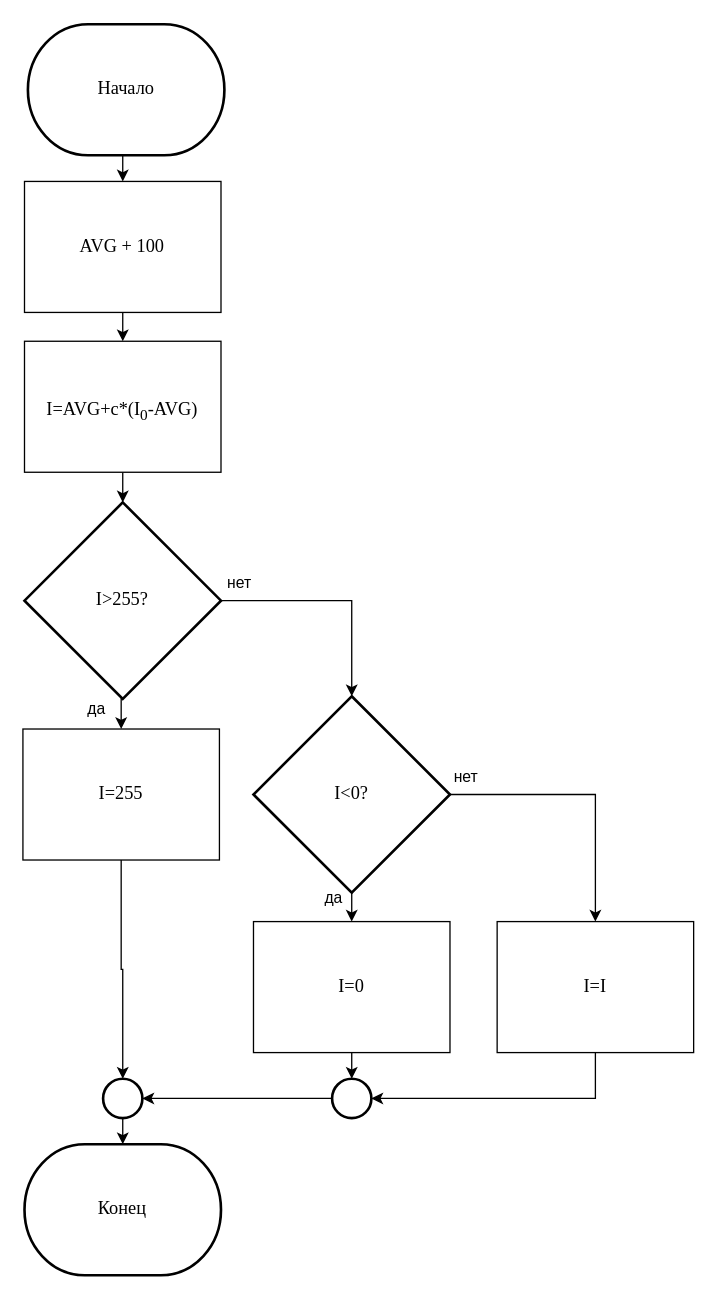
Above: page "А1 Повышение контраста" (1 of 7) of Flowcharts/Алгоритмы работы ИС.drawio in KanVull/Recognistion (draw.io), before the change. Source tidied: cells renumbered, new cells numbered last; positions are measured from the earlier drawing's top-left corner, leaving out a move shared by most shapes. Both pictures are drawn from the tidied source at 131%, with x=0, y=0 at pixel (22, 24).
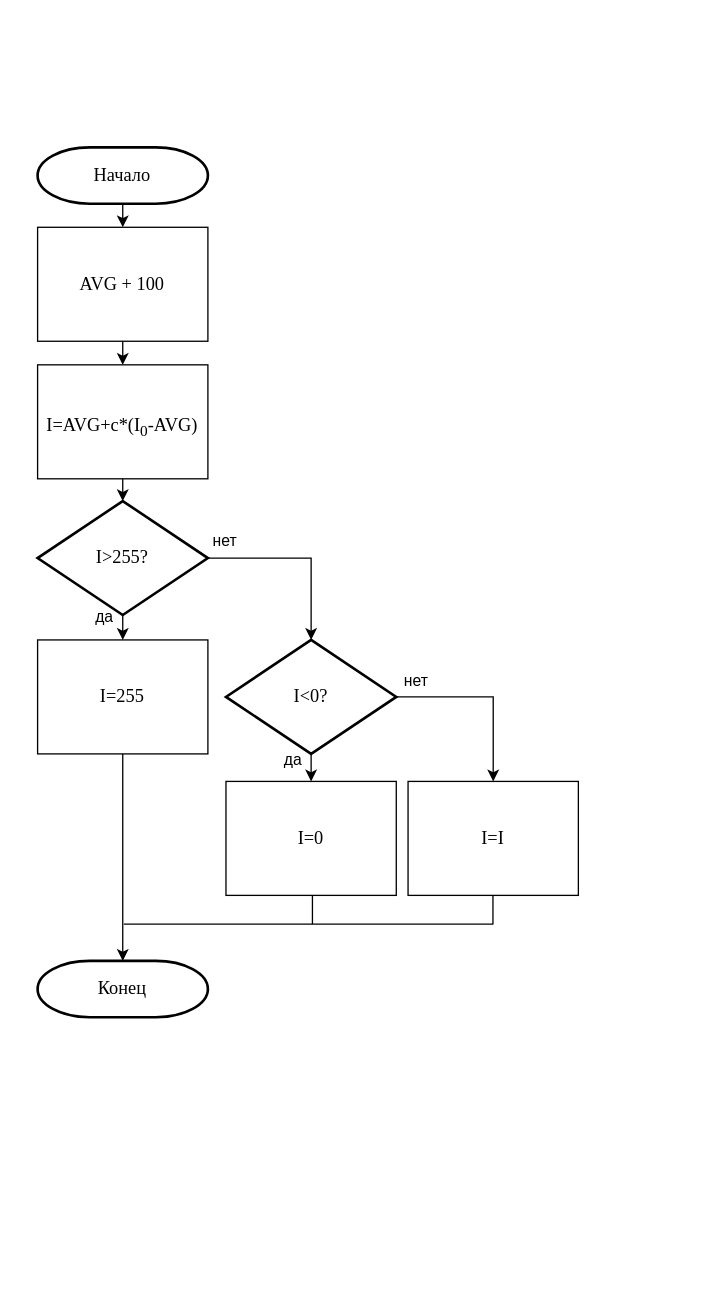
The same diagram, later.

What changed in the source:
```diff
@@
     <mxCell id="3" value="&lt;font face=&quot;Times New Roman&quot; style=&quot;font-size: 14px&quot;&gt;Начало&lt;/font&gt;" style="strokeWidth=2;html=1;shape=mxgraph.flowchart.terminator;whiteSpace=wrap;" parent="1" vertex="1">
-      <mxGeometry x="3.8" width="150" height="100" as="geometry" />
+      <mxGeometry x="11.2" y="94" width="130" height="43" as="geometry" />
     </mxCell>
@@
     <mxCell id="5" value="&lt;font style=&quot;font-size: 14px&quot; face=&quot;Times New Roman&quot;&gt;AVG + 100&lt;/font&gt;" style="rounded=0;whiteSpace=wrap;html=1;" parent="1" vertex="1">
-      <mxGeometry x="1.2" y="120" width="150" height="100" as="geometry" />
+      <mxGeometry x="11.2" y="155" width="130" height="87" as="geometry" />
     </mxCell>
@@
     <mxCell id="7" value="&lt;font face=&quot;Times New Roman&quot; style=&quot;font-size: 14px&quot;&gt;I=AVG+c*(I&lt;sub&gt;0&lt;/sub&gt;-AVG)&lt;/font&gt;&lt;span style=&quot;font-size: 14pt ; line-height: 28px ; font-family: &amp;#34;times new roman&amp;#34; , serif&quot;&gt;&lt;span style=&quot;position: relative ; top: 6pt&quot;&gt;&lt;/span&gt;&lt;/span&gt;&lt;span style=&quot;white-space: normal ; font-size: 14pt ; line-height: 28px ; font-family: &amp;#34;times new roman&amp;#34; , serif&quot;&gt;&lt;span style=&quot;position: relative ; top: 6pt&quot;&gt;&lt;/span&gt;&lt;/span&gt;" style="rounded=0;whiteSpace=wrap;html=1;" parent="1" vertex="1">
-      <mxGeometry x="1.2" y="242" width="150" height="100" as="geometry" />
+      <mxGeometry x="11.2" y="260" width="130" height="87" as="geometry" />
     </mxCell>
@@
     <mxCell id="10" value="&lt;font face=&quot;Times New Roman&quot; style=&quot;font-size: 14px&quot;&gt;I&amp;gt;255?&lt;/font&gt;" style="strokeWidth=2;html=1;shape=mxgraph.flowchart.decision;whiteSpace=wrap;" parent="1" vertex="1">
-      <mxGeometry x="1.2" y="365" width="150" height="150" as="geometry" />
+      <mxGeometry x="11.2" y="364" width="130" height="87" as="geometry" />
     </mxCell>
-    <mxCell id="11" style="edgeStyle=orthogonalEdgeStyle;rounded=0;jettySize=auto;html=1;exitX=0.5;exitY=1;exitDx=0;exitDy=0;entryX=0.5;entryY=0;entryDx=0;entryDy=0;entryPerimeter=0;" parent="1" edge="1" source="12" target="26">
+    <mxCell id="11" style="edgeStyle=orthogonalEdgeStyle;rounded=0;jettySize=auto;html=1;exitX=0.5;exitY=1;exitDx=0;exitDy=0;entryX=0.5;entryY=0;entryDx=0;entryDy=0;entryPerimeter=0;" parent="1" edge="1" source="12" target="20">
       <mxGeometry relative="1" as="geometry" />
     </mxCell>
     <mxCell id="12" value="&lt;font face=&quot;Times New Roman&quot; style=&quot;font-size: 14px&quot;&gt;I=255&lt;/font&gt;" style="rounded=0;whiteSpace=wrap;html=1;" parent="1" vertex="1">
-      <mxGeometry y="538" width="150" height="100" as="geometry" />
+      <mxGeometry x="11.2" y="470" width="130" height="87" as="geometry" />
     </mxCell>
@@
     <mxCell id="15" value="&lt;font face=&quot;Times New Roman&quot; style=&quot;font-size: 14px&quot;&gt;I&amp;lt;0?&lt;/font&gt;" style="strokeWidth=2;html=1;shape=mxgraph.flowchart.decision;whiteSpace=wrap;" parent="1" vertex="1">
-      <mxGeometry x="176" y="513" width="150" height="150" as="geometry" />
+      <mxGeometry x="155" y="470" width="130" height="87" as="geometry" />
     </mxCell>
-    <mxCell id="16" style="edgeStyle=orthogonalEdgeStyle;rounded=0;jettySize=auto;html=1;exitX=0.5;exitY=1;exitDx=0;exitDy=0;entryX=0.5;entryY=0;entryDx=0;entryDy=0;entryPerimeter=0;" parent="1" edge="1" source="17" target="28">
-      <mxGeometry relative="1" as="geometry" />
-    </mxCell>
     <mxCell id="17" value="&lt;font face=&quot;Times New Roman&quot; style=&quot;font-size: 14px&quot;&gt;I=0&lt;/font&gt;" style="rounded=0;whiteSpace=wrap;html=1;" parent="1" vertex="1">
-      <mxGeometry x="176" y="685" width="150" height="100" as="geometry" />
+      <mxGeometry x="155" y="578" width="130" height="87" as="geometry" />
     </mxCell>
-    <mxCell id="18" style="edgeStyle=orthogonalEdgeStyle;rounded=0;jettySize=auto;html=1;exitX=0.5;exitY=1;exitDx=0;exitDy=0;entryX=1;entryY=0.5;entryDx=0;entryDy=0;entryPerimeter=0;" parent="1" edge="1" source="19" target="28">
-      <mxGeometry relative="1" as="geometry" />
-    </mxCell>
     <mxCell id="19" value="&lt;font face=&quot;Times New Roman&quot; style=&quot;font-size: 14px&quot;&gt;I=I&lt;/font&gt;" style="rounded=0;whiteSpace=wrap;html=1;" parent="1" vertex="1">
-      <mxGeometry x="362" y="685" width="150" height="100" as="geometry" />
+      <mxGeometry x="294" y="578" width="130" height="87" as="geometry" />
     </mxCell>
     <mxCell id="20" value="&lt;font face=&quot;Times New Roman&quot;&gt;&lt;span style=&quot;font-size: 14px&quot;&gt;Конец&lt;/span&gt;&lt;/font&gt;" style="strokeWidth=2;html=1;shape=mxgraph.flowchart.terminator;whiteSpace=wrap;" parent="1" vertex="1">
-      <mxGeometry x="1.2" y="855" width="150" height="100" as="geometry" />
+      <mxGeometry x="11.2" y="715" width="130" height="43" as="geometry" />
     </mxCell>
     <mxCell id="21" value="да" style="text;html=1;align=center;verticalAlign=middle;" parent="1" vertex="1">
-      <mxGeometry x="41" y="513" width="30" height="20" as="geometry" />
+      <mxGeometry x="47" y="443" width="30" height="20" as="geometry" />
     </mxCell>
     <mxCell id="22" value="нет" style="text;html=1;align=center;verticalAlign=middle;" parent="1" vertex="1">
-      <mxGeometry x="150" y="417" width="30" height="20" as="geometry" />
+      <mxGeometry x="139" y="385" width="30" height="20" as="geometry" />
     </mxCell>
     <mxCell id="23" value="да" style="text;html=1;align=center;verticalAlign=middle;" parent="1" vertex="1">
-      <mxGeometry x="222" y="657" width="30" height="20" as="geometry" />
+      <mxGeometry x="191" y="552" width="30" height="20" as="geometry" />
     </mxCell>
     <mxCell id="24" value="нет" style="text;html=1;align=center;verticalAlign=middle;" parent="1" vertex="1">
-      <mxGeometry x="323" y="565" width="30" height="20" as="geometry" />
+      <mxGeometry x="285" y="492" width="30" height="20" as="geometry" />
     </mxCell>
-    <mxCell id="25" style="edgeStyle=orthogonalEdgeStyle;rounded=0;jettySize=auto;html=1;exitX=0.5;exitY=1;exitDx=0;exitDy=0;exitPerimeter=0;entryX=0.5;entryY=0;entryDx=0;entryDy=0;entryPerimeter=0;" parent="1" edge="1" source="26" target="20">
-      <mxGeometry relative="1" as="geometry" />
-    </mxCell>
-    <mxCell id="26" style="strokeWidth=2;html=1;shape=mxgraph.flowchart.start_2;whiteSpace=wrap;" parent="1" vertex="1">
-      <mxGeometry x="61.2" y="805" width="30" height="30" as="geometry" />
-    </mxCell>
-    <mxCell id="27" style="edgeStyle=orthogonalEdgeStyle;rounded=0;jettySize=auto;html=1;exitX=0;exitY=0.5;exitDx=0;exitDy=0;exitPerimeter=0;entryX=1;entryY=0.5;entryDx=0;entryDy=0;entryPerimeter=0;" parent="1" edge="1" source="28" target="26">
-      <mxGeometry relative="1" as="geometry" />
-    </mxCell>
-    <mxCell id="28" style="strokeWidth=2;html=1;shape=mxgraph.flowchart.start_2;whiteSpace=wrap;" parent="1" vertex="1">
-      <mxGeometry x="236" y="805" width="30" height="30" as="geometry" />
-    </mxCell>
+    <mxCell id="29" style="endArrow=none;html=1;" parent="1" edge="1">
+      <mxGeometry relative="1" as="geometry">
+        <mxPoint x="77" y="687" as="sourcePoint" />
+        <mxPoint x="359" y="687" as="targetPoint" />
+      </mxGeometry>
+    </mxCell>
+    <mxCell id="30" style="endArrow=none;html=1;" parent="1" edge="1">
+      <mxGeometry relative="1" as="geometry">
+        <mxPoint x="221" y="687" as="sourcePoint" />
+        <mxPoint x="221" y="665" as="targetPoint" />
+      </mxGeometry>
+    </mxCell>
+    <mxCell id="31" style="endArrow=none;html=1;" parent="1" edge="1">
+      <mxGeometry relative="1" as="geometry">
+        <mxPoint x="358.8" y="687" as="sourcePoint" />
+        <mxPoint x="358.8" y="665" as="targetPoint" />
+      </mxGeometry>
+    </mxCell>
```
